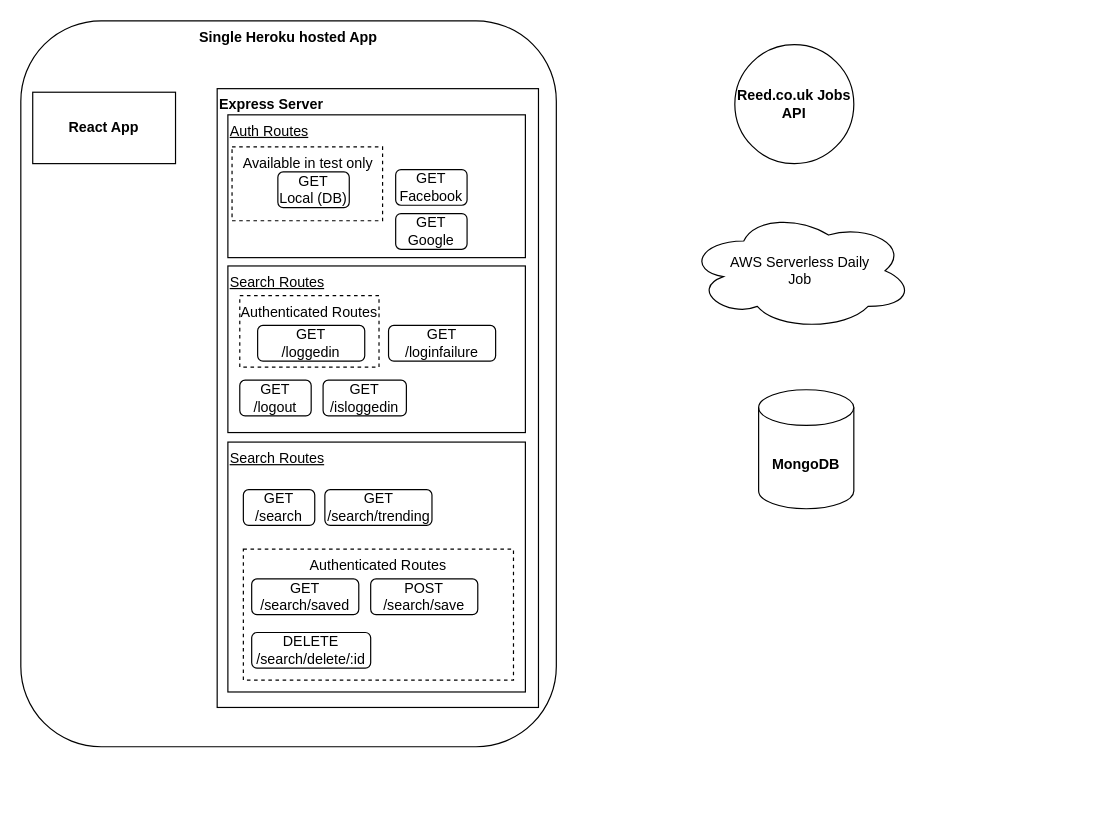
Above: docs/Current Architecture.drawio in jb-0/skills-tracker (draw.io), before the change. Source tidied: cells renumbered, new cells numbered last; positions are measured from the earlier drawing's top-left corner, leaving out a move shared by most shapes. Both pictures are drawn from the tidied source at 119%, with x=0, y=0 at pixel (20, 20).
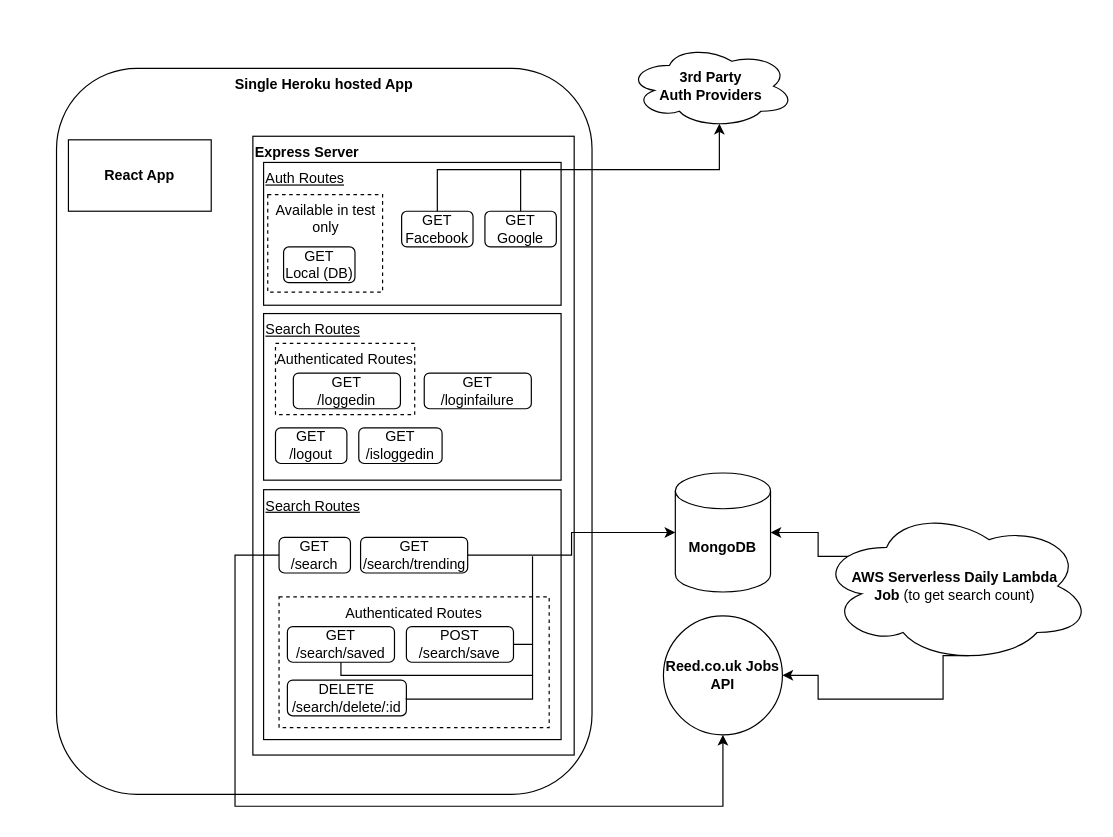
The same diagram, later.

Commit message:
Documented key relationships between routes and external entities

The change refers to these unchanged cells:
```xml
<mxCell id="9" style="group;" parent="7" vertex="1">
  <mxGeometry x="-26" y="31" width="250" height="110" as="geometry" />
</mxCell>
<mxCell id="18" value="GET&lt;br&gt;/search" style="rounded=1;whiteSpace=wrap;html=1;align=center;" parent="15" vertex="1">
  <mxGeometry x="13" y="40" width="60" height="30" as="geometry" />
</mxCell>
<mxCell id="19" value="GET&lt;br&gt;/search/trending" style="rounded=1;whiteSpace=wrap;html=1;align=center;" parent="15" vertex="1">
  <mxGeometry x="81.5" y="40" width="90" height="30" as="geometry" />
</mxCell>
<mxCell id="20" value="GET&lt;br&gt;/search/saved" style="rounded=1;whiteSpace=wrap;html=1;align=center;" parent="15" vertex="1">
  <mxGeometry x="20" y="115" width="90" height="30" as="geometry" />
</mxCell>
<mxCell id="21" value="POST&lt;br&gt;/search/save" style="rounded=1;whiteSpace=wrap;html=1;align=center;" parent="15" vertex="1">
  <mxGeometry x="120" y="115" width="90" height="30" as="geometry" />
</mxCell>
<mxCell id="22" value="DELETE&lt;br&gt;/search/delete/:id" style="rounded=1;whiteSpace=wrap;html=1;align=center;" parent="15" vertex="1">
  <mxGeometry x="20" y="160" width="100" height="30" as="geometry" />
</mxCell>
```

What changed in the source:
```diff
@@
     <mxCell id="2" value="Single Heroku hosted App" style="rounded=1;whiteSpace=wrap;html=1;align=center;verticalAlign=top;fontStyle=1;" parent="1" vertex="1">
-      <mxGeometry width="450" height="610" as="geometry" />
+      <mxGeometry x="30" y="40" width="450" height="610" as="geometry" />
     </mxCell>
     <mxCell id="3" value="MongoDB" style="shape=cylinder3;whiteSpace=wrap;html=1;boundedLbl=1;backgroundOutline=1;size=15;fontStyle=1;" parent="1" vertex="1">
-      <mxGeometry x="620" y="310" width="80" height="100" as="geometry" />
+      <mxGeometry x="550" y="380" width="80" height="100" as="geometry" />
     </mxCell>
+    <mxCell id="29" style="edgeStyle=orthogonalEdgeStyle;rounded=0;jettySize=auto;html=1;exitX=0.4;exitY=0.1;exitDx=0;exitDy=0;exitPerimeter=0;entryX=1;entryY=0.5;entryDx=0;entryDy=0;entryPerimeter=0;endArrow=classic;endFill=1;" parent="1" edge="1" source="4" target="3">
+      <mxGeometry relative="1" as="geometry">
+        <Array as="points">
+          <mxPoint x="670" y="450" />
+          <mxPoint x="670" y="430" />
+        </Array>
+      </mxGeometry>
+    </mxCell>
+    <mxCell id="30" style="edgeStyle=orthogonalEdgeStyle;rounded=0;jettySize=auto;html=1;exitX=0.55;exitY=0.95;exitDx=0;exitDy=0;exitPerimeter=0;entryX=1;entryY=0.5;entryDx=0;entryDy=0;endArrow=classic;endFill=1;" parent="1" edge="1" source="4" target="6">
+      <mxGeometry relative="1" as="geometry">
+        <Array as="points">
+          <mxPoint x="775" y="570" />
+          <mxPoint x="670" y="570" />
+          <mxPoint x="670" y="550" />
+        </Array>
+      </mxGeometry>
+    </mxCell>
-    <mxCell id="4" value="AWS Serverless Daily &lt;br&gt;Job" style="ellipse;shape=cloud;whiteSpace=wrap;html=1;" parent="1" vertex="1">
-      <mxGeometry x="560" y="160" width="190" height="100" as="geometry" />
+    <mxCell id="4" value="AWS Serverless Daily Lambda&lt;br&gt;Job &lt;span style=&quot;font-weight: normal&quot;&gt;(to get search count)&lt;/span&gt;" style="ellipse;shape=cloud;whiteSpace=wrap;html=1;fontStyle=1;" parent="1" vertex="1">
+      <mxGeometry x="670" y="410" width="230" height="130" as="geometry" />
     </mxCell>
     <mxCell id="5" value="React App" style="rounded=0;whiteSpace=wrap;html=1;fontStyle=1;" parent="1" vertex="1">
-      <mxGeometry x="10" y="60" width="120" height="60" as="geometry" />
+      <mxGeometry x="40" y="100" width="120" height="60" as="geometry" />
     </mxCell>
     <mxCell id="6" value="Reed.co.uk Jobs API" style="ellipse;whiteSpace=wrap;html=1;rounded=1;align=center;fontStyle=1;" parent="1" vertex="1">
-      <mxGeometry x="600" y="20" width="100" height="100" as="geometry" />
+      <mxGeometry x="540" y="500" width="100" height="100" as="geometry" />
     </mxCell>
     <mxCell id="7" style="group;" parent="1" vertex="1">
-      <mxGeometry x="200" y="57" width="270" height="530" as="geometry" />
+      <mxGeometry x="230" y="97" width="270" height="530" as="geometry" />
     </mxCell>
@@
     <mxCell id="11" value="Available in test only" style="rounded=0;whiteSpace=wrap;html=1;align=center;dashed=1;verticalAlign=top;" parent="9" vertex="1">
-      <mxGeometry x="3.5" y="18" width="126.5" height="62" as="geometry" />
+      <mxGeometry x="3.5" y="18" width="96.5" height="82" as="geometry" />
     </mxCell>
     <mxCell id="12" value="GET&lt;br&gt;Google" style="rounded=1;whiteSpace=wrap;html=1;align=center;" parent="9" vertex="1">
-      <mxGeometry x="141" y="74" width="60" height="30" as="geometry" />
+      <mxGeometry x="186" y="32" width="60" height="30" as="geometry" />
     </mxCell>
     <mxCell id="13" value="GET Facebook" style="rounded=1;whiteSpace=wrap;html=1;align=center;" parent="9" vertex="1">
-      <mxGeometry x="141" y="37" width="60" height="30" as="geometry" />
+      <mxGeometry x="116" y="32" width="60" height="30" as="geometry" />
     </mxCell>
     <mxCell id="14" value="GET &lt;br&gt;Local (DB)" style="rounded=1;whiteSpace=wrap;html=1;align=center;" parent="9" vertex="1">
-      <mxGeometry x="42" y="39" width="60" height="30" as="geometry" />
+      <mxGeometry x="16.8" y="62" width="60" height="30" as="geometry" />
     </mxCell>
@@
+    <mxCell id="31" value="3rd Party &lt;br&gt;Auth Providers" style="ellipse;shape=cloud;whiteSpace=wrap;html=1;fontStyle=1;" parent="1" vertex="1">
+      <mxGeometry x="510" y="20" width="140" height="70" as="geometry" />
+    </mxCell>
+    <mxCell id="32" style="edgeStyle=orthogonalEdgeStyle;rounded=0;jettySize=auto;html=1;exitX=0.5;exitY=0;exitDx=0;exitDy=0;entryX=0.55;entryY=0.95;entryDx=0;entryDy=0;entryPerimeter=0;" parent="1" edge="1" source="13" target="31">
+      <mxGeometry relative="1" as="geometry" />
+    </mxCell>
+    <mxCell id="33" style="edgeStyle=none;rounded=0;jettySize=auto;html=1;exitX=0.5;exitY=0;exitDx=0;exitDy=0;endArrow=none;endFill=0;" parent="1" edge="1" source="12">
+      <mxGeometry relative="1" as="geometry">
+        <mxPoint x="420" y="124.8" as="targetPoint" />
+      </mxGeometry>
+    </mxCell>
+    <mxCell id="34" style="edgeStyle=orthogonalEdgeStyle;rounded=0;jettySize=auto;html=1;exitX=0;exitY=0.5;exitDx=0;exitDy=0;entryX=0.5;entryY=1;entryDx=0;entryDy=0;endArrow=classic;endFill=1;" parent="1" edge="1" source="18" target="6">
+      <mxGeometry relative="1" as="geometry">
+        <Array as="points">
+          <mxPoint x="180" y="449" />
+          <mxPoint x="180" y="660" />
+          <mxPoint x="590" y="660" />
+        </Array>
+      </mxGeometry>
+    </mxCell>
+    <mxCell id="35" style="edgeStyle=orthogonalEdgeStyle;rounded=0;jettySize=auto;html=1;exitX=1;exitY=0.5;exitDx=0;exitDy=0;entryX=0;entryY=0.5;entryDx=0;entryDy=0;entryPerimeter=0;endArrow=classic;endFill=1;" parent="1" edge="1" source="19" target="3">
+      <mxGeometry relative="1" as="geometry" />
+    </mxCell>
+    <mxCell id="36" style="edgeStyle=orthogonalEdgeStyle;rounded=0;jettySize=auto;html=1;exitX=1;exitY=0.5;exitDx=0;exitDy=0;endArrow=none;endFill=0;" parent="1" edge="1" source="21">
+      <mxGeometry relative="1" as="geometry">
+        <mxPoint x="430" y="450" as="targetPoint" />
+        <Array as="points">
+          <mxPoint x="430" y="524" />
+        </Array>
+      </mxGeometry>
+    </mxCell>
+    <mxCell id="37" style="edgeStyle=orthogonalEdgeStyle;rounded=0;jettySize=auto;html=1;exitX=0.5;exitY=1;exitDx=0;exitDy=0;endArrow=none;endFill=0;" parent="1" edge="1" source="20">
+      <mxGeometry relative="1" as="geometry">
+        <mxPoint x="430" y="524" as="targetPoint" />
+        <Array as="points">
+          <mxPoint x="269" y="550" />
+          <mxPoint x="430" y="550" />
+        </Array>
+      </mxGeometry>
+    </mxCell>
+    <mxCell id="38" style="edgeStyle=orthogonalEdgeStyle;rounded=0;jettySize=auto;html=1;exitX=1;exitY=0.5;exitDx=0;exitDy=0;endArrow=none;endFill=0;" parent="1" edge="1" source="22">
+      <mxGeometry relative="1" as="geometry">
+        <mxPoint x="430" y="550" as="targetPoint" />
+        <Array as="points">
+          <mxPoint x="324" y="570" />
+          <mxPoint x="430" y="570" />
+        </Array>
+      </mxGeometry>
+    </mxCell>
```
